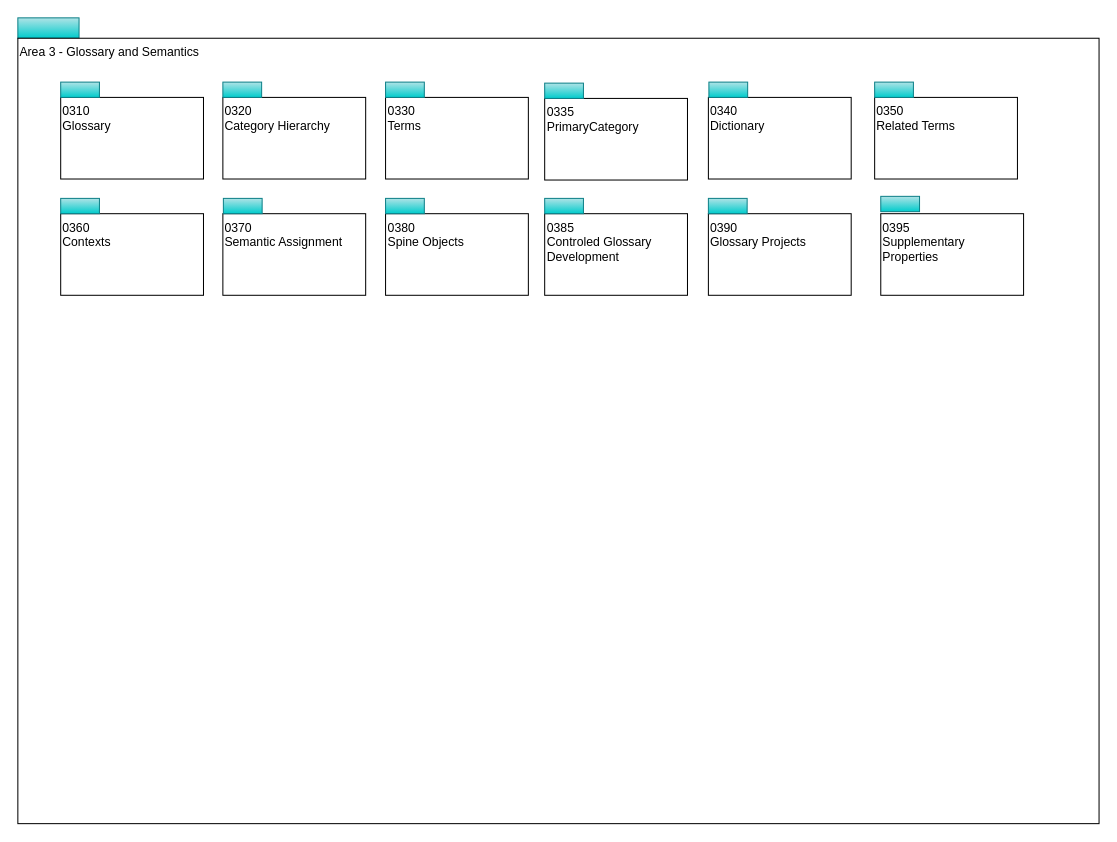
odpi/egeria-docs keeps this draw.io diagram as page "overview" (1 of 13) of site/docs/types/3/area-3-glossary.drawio. Above is the earlier version. Source tidied: cells renumbered, new cells numbered last; positions are measured from the earlier drawing's top-left corner, leaving out a move shared by most shapes. Both pictures are drawn from the tidied source at 102%, with x=0, y=0 at pixel (17, 17).
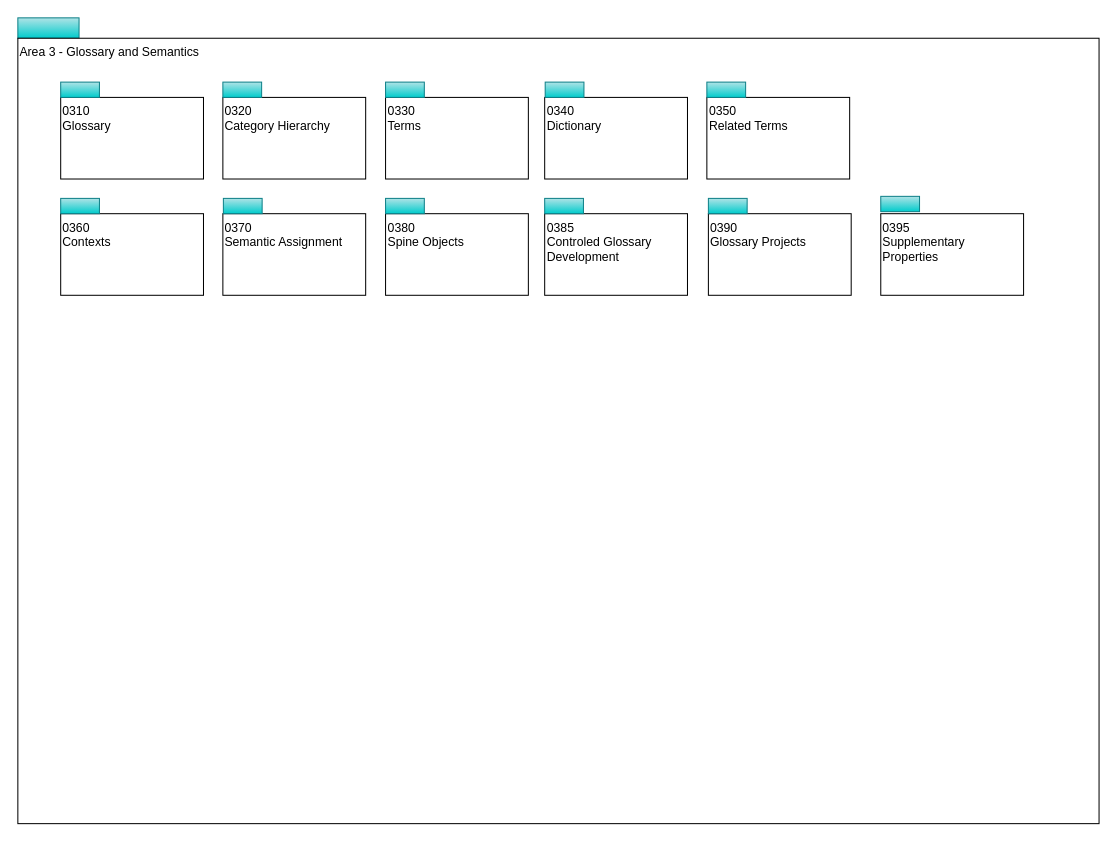
After the change.

Diff of the diagram source:
```diff
@@
-    <mxCell id="7" value="0335&lt;br&gt;PrimaryCategory" style="rounded=0;whiteSpace=wrap;html=1;align=left;verticalAlign=top;" parent="1" vertex="1">
-      <mxGeometry x="516.5" y="79" width="140" height="80" as="geometry" />
-    </mxCell>
@@
     <mxCell id="12" value="0340&lt;br&gt;Dictionary" style="rounded=0;whiteSpace=wrap;html=1;align=left;verticalAlign=top;" parent="1" vertex="1">
-      <mxGeometry x="677" y="78" width="140" height="80" as="geometry" />
+      <mxGeometry x="516.5" y="78" width="140" height="80" as="geometry" />
     </mxCell>
     <mxCell id="13" value="0350&lt;br&gt;Related Terms" style="rounded=0;whiteSpace=wrap;html=1;align=left;verticalAlign=top;" parent="1" vertex="1">
-      <mxGeometry x="840" y="78" width="140" height="80" as="geometry" />
+      <mxGeometry x="675.5" y="78" width="140" height="80" as="geometry" />
     </mxCell>
@@
     <mxCell id="16" style="rounded=0;whiteSpace=wrap;html=1;align=left;fillColor=#b0e3e6;strokeColor=#0e8088;gradientColor=#00CCCC;" parent="1" vertex="1">
-      <mxGeometry x="677.5" y="63" width="38" height="15" as="geometry" />
+      <mxGeometry x="517" y="63" width="38" height="15" as="geometry" />
     </mxCell>
-    <mxCell id="17" style="rounded=0;whiteSpace=wrap;html=1;align=left;fillColor=#b0e3e6;strokeColor=#0e8088;gradientColor=#00CCCC;" parent="1" vertex="1">
-      <mxGeometry x="516.5" y="64" width="38" height="15" as="geometry" />
-    </mxCell>
@@
     <mxCell id="23" style="rounded=0;whiteSpace=wrap;html=1;align=left;fillColor=#b0e3e6;strokeColor=#0e8088;gradientColor=#00CCCC;" parent="1" vertex="1">
-      <mxGeometry x="840" y="63" width="38" height="15" as="geometry" />
+      <mxGeometry x="675.5" y="63" width="38" height="15" as="geometry" />
     </mxCell>
```
